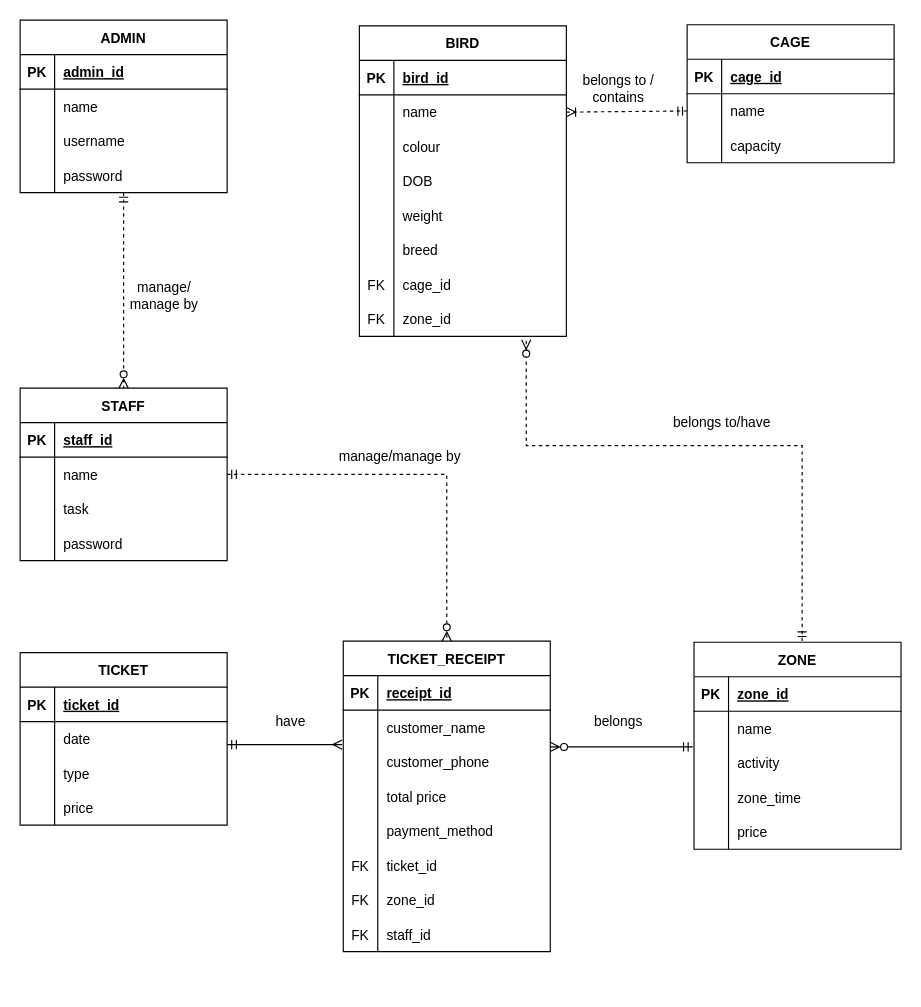
This is page "Page-2" (2 of 7) of Exercise1ClassDiagram.drawio from abby18abby/week-2-class-diagram, a draw.io file, before an edit. Source tidied: cells renumbered, new cells numbered last; positions are measured from the earlier drawing's top-left corner, leaving out a move shared by most shapes. Both pictures are drawn from the tidied source at 115%, with x=0, y=0 at pixel (20, 20).
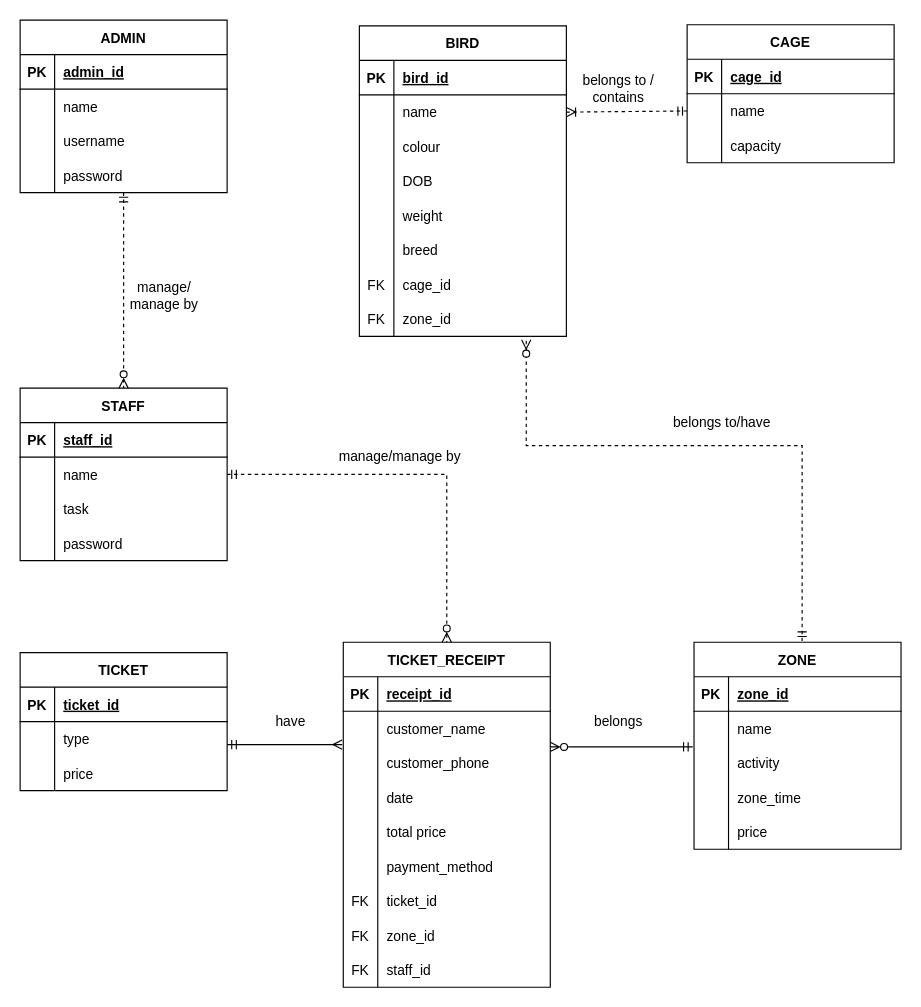
The same diagram, later.

Change to the diagram source:
```diff
@@
     <mxCell id="63" value="TICKET" style="shape=table;startSize=30;childLayout=tableLayout;rowLines=0;fontStyle=1;align=center;" parent="1" vertex="1">
-      <mxGeometry y="550" width="180" height="150" as="geometry" />
+      <mxGeometry y="550" width="180" height="120" as="geometry" />
     </mxCell>
@@
-    <mxCell id="67" style="shape=tableRow;horizontal=0;startSize=0;swimlaneHead=0;swimlaneBody=0;fillColor=none;top=0;left=0;right=0;bottom=0;" parent="63" vertex="1">
-      <mxGeometry y="60" width="180" height="30" as="geometry" />
-    </mxCell>
-    <mxCell id="68" style="shape=partialRectangle;fillColor=none;top=0;left=0;bottom=0;right=0;overflow=hidden;" parent="67" vertex="1">
-      <mxGeometry width="30" height="30" as="geometry" />
-    </mxCell>
-    <mxCell id="69" value="date" style="shape=partialRectangle;fillColor=none;top=0;left=0;bottom=0;right=0;align=left;spacingLeft=6;overflow=hidden;" parent="67" vertex="1">
-      <mxGeometry x="30" width="150" height="30" as="geometry" />
-    </mxCell>
     <mxCell id="70" style="shape=tableRow;horizontal=0;startSize=0;swimlaneHead=0;swimlaneBody=0;fillColor=none;top=0;left=0;right=0;bottom=0;" parent="63" vertex="1">
-      <mxGeometry y="90" width="180" height="30" as="geometry" />
+      <mxGeometry y="60" width="180" height="30" as="geometry" />
     </mxCell>
@@
     <mxCell id="73" style="shape=tableRow;horizontal=0;startSize=0;swimlaneHead=0;swimlaneBody=0;fillColor=none;top=0;left=0;right=0;bottom=0;" parent="63" vertex="1">
-      <mxGeometry y="120" width="180" height="30" as="geometry" />
+      <mxGeometry y="90" width="180" height="30" as="geometry" />
     </mxCell>
@@
     <mxCell id="98" value="TICKET_RECEIPT" style="shape=table;startSize=30;childLayout=tableLayout;rowLines=0;fontStyle=1;align=center;" parent="1" vertex="1">
-      <mxGeometry x="281" y="540" width="180" height="270" as="geometry" />
+      <mxGeometry x="281" y="541" width="180" height="300" as="geometry" />
     </mxCell>
@@
+    <mxCell id="129" style="shape=tableRow;horizontal=0;startSize=0;swimlaneHead=0;swimlaneBody=0;fillColor=none;top=0;left=0;right=0;bottom=0;" parent="98" vertex="1">
+      <mxGeometry y="120" width="180" height="30" as="geometry" />
+    </mxCell>
+    <mxCell id="68" style="shape=partialRectangle;fillColor=none;top=0;left=0;bottom=0;right=0;overflow=hidden;" parent="129" vertex="1">
+      <mxGeometry width="30" height="30" as="geometry" />
+    </mxCell>
+    <mxCell id="69" value="date" style="shape=partialRectangle;fillColor=none;top=0;left=0;bottom=0;right=0;align=left;spacingLeft=6;overflow=hidden;" parent="129" vertex="1">
+      <mxGeometry x="30" width="150" height="30" as="geometry" />
+    </mxCell>
     <mxCell id="108" style="shape=tableRow;horizontal=0;startSize=0;swimlaneHead=0;swimlaneBody=0;fillColor=none;top=0;left=0;right=0;bottom=0;" parent="98" vertex="1">
-      <mxGeometry y="120" width="180" height="30" as="geometry" />
+      <mxGeometry y="150" width="180" height="30" as="geometry" />
     </mxCell>
@@
     <mxCell id="111" style="shape=tableRow;horizontal=0;startSize=0;swimlaneHead=0;swimlaneBody=0;fillColor=none;top=0;left=0;right=0;bottom=0;" parent="98" vertex="1">
-      <mxGeometry y="150" width="180" height="30" as="geometry" />
+      <mxGeometry y="180" width="180" height="30" as="geometry" />
     </mxCell>
@@
     <mxCell id="114" style="shape=tableRow;horizontal=0;startSize=0;swimlaneHead=0;swimlaneBody=0;fillColor=none;top=0;left=0;right=0;bottom=0;" parent="98" vertex="1">
-      <mxGeometry y="180" width="180" height="30" as="geometry" />
+      <mxGeometry y="210" width="180" height="30" as="geometry" />
     </mxCell>
@@
     <mxCell id="117" style="shape=tableRow;horizontal=0;startSize=0;swimlaneHead=0;swimlaneBody=0;fillColor=none;top=0;left=0;right=0;bottom=0;" parent="98" vertex="1">
-      <mxGeometry y="210" width="180" height="30" as="geometry" />
+      <mxGeometry y="240" width="180" height="30" as="geometry" />
     </mxCell>
@@
     <mxCell id="120" style="shape=tableRow;horizontal=0;startSize=0;swimlaneHead=0;swimlaneBody=0;fillColor=none;top=0;left=0;right=0;bottom=0;" parent="98" vertex="1">
-      <mxGeometry y="240" width="180" height="30" as="geometry" />
+      <mxGeometry y="270" width="180" height="30" as="geometry" />
     </mxCell>
```
